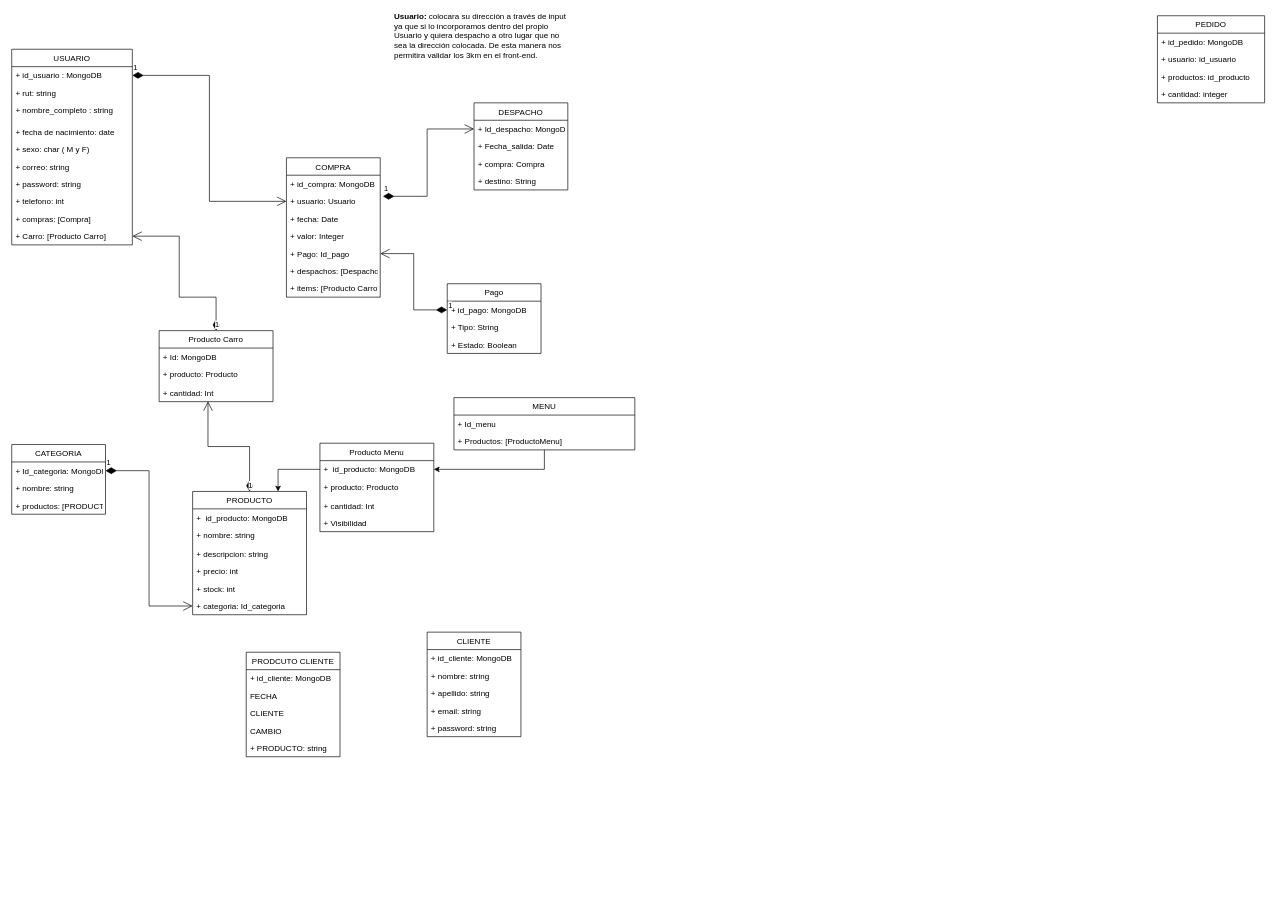
The draw.io diagram database/base_de_datos.drawio in cgarrido2001/los_shipitia, before the edit. Source tidied: cells renumbered, new cells numbered last; positions are measured from the earlier drawing's top-left corner, leaving out a move shared by most shapes. Both pictures are drawn from the tidied source at 67%, with x=0, y=0 at pixel (11, 15).
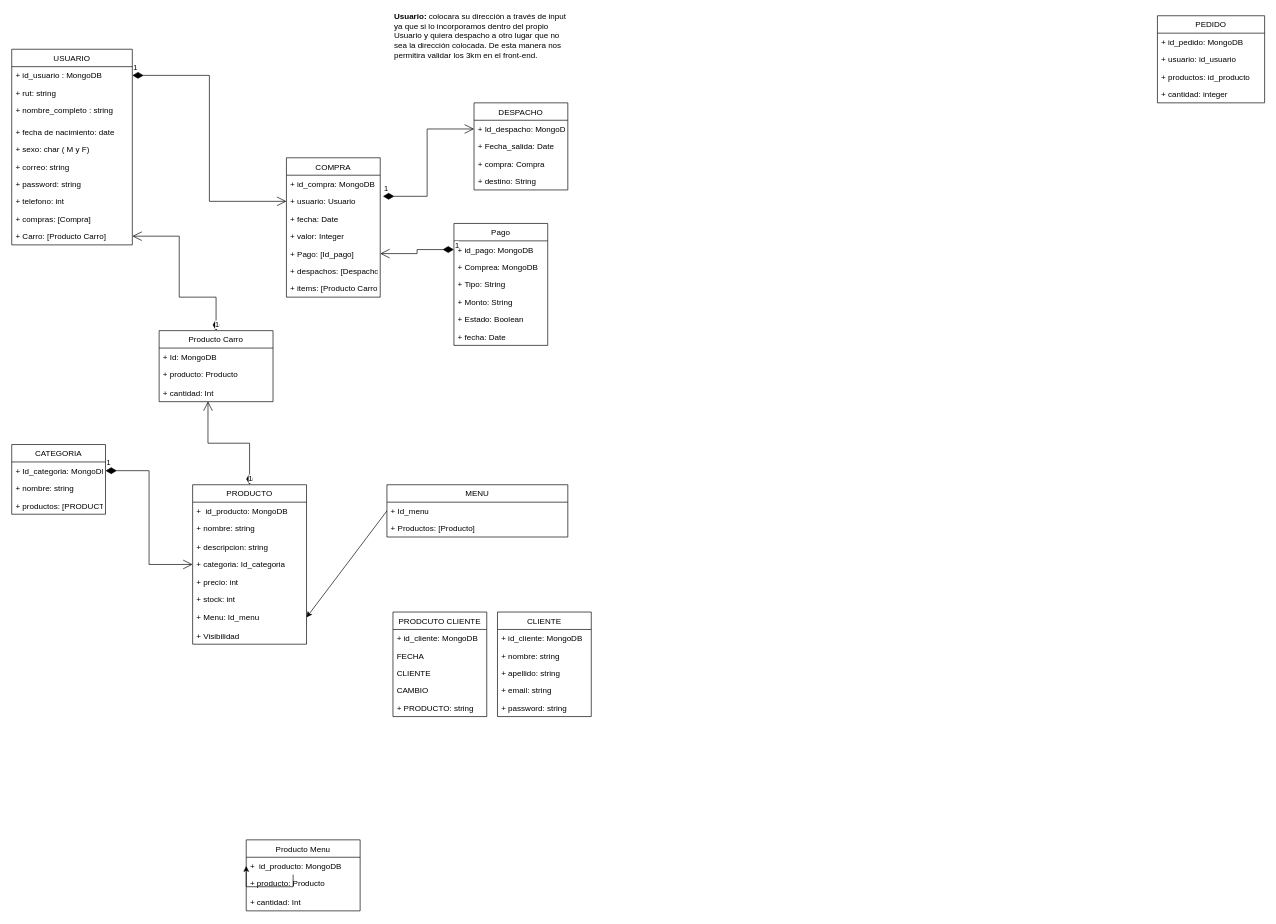
Above is the later version.

The change refers to these unchanged cells:
```xml
<mxCell id="32" value="COMPRA" style="swimlane;fontStyle=0;horizontal=1;startSize=26;fillColor=none;" parent="1" vertex="1">
  <mxGeometry x="410" y="212" width="140" height="208" as="geometry" />
</mxCell>
<mxCell id="52" value="+ Id_menu" style="text;strokeColor=none;fillColor=none;align=left;verticalAlign=top;spacingLeft=4;spacingRight=4;overflow=hidden;points=[[0,0.5],[1,0.5]];portConstraint=eastwest;" parent="51" vertex="1">
  <mxGeometry y="26" width="270" height="26" as="geometry" />
</mxCell>
<mxCell id="67" value="+  id_producto: MongoDB" style="text;strokeColor=none;fillColor=none;align=left;verticalAlign=top;spacingLeft=4;spacingRight=4;overflow=hidden;points=[[0,0.5],[1,0.5]];portConstraint=eastwest;" parent="66" vertex="1">
  <mxGeometry y="26" width="170" height="26" as="geometry" />
</mxCell>
```

Change to the diagram source:
```diff
@@
     <mxCell id="13" value="CLIENTE" style="swimlane;fontStyle=0;horizontal=1;startSize=26;fillColor=none;" parent="1" vertex="1">
-      <mxGeometry x="620" y="920" width="140" height="156" as="geometry" />
+      <mxGeometry x="725" y="890" width="140" height="156" as="geometry" />
     </mxCell>
@@
     <mxCell id="28" value="Pago" style="swimlane;fontStyle=0;horizontal=1;startSize=26;fillColor=none;" parent="1" vertex="1">
-      <mxGeometry x="650" y="400" width="140" height="104" as="geometry" />
+      <mxGeometry x="660" y="310" width="140" height="182" as="geometry" />
     </mxCell>
@@
+    <mxCell id="79" value="+ Comprea: MongoDB" style="text;strokeColor=none;fillColor=none;align=left;verticalAlign=top;spacingLeft=4;spacingRight=4;overflow=hidden;" parent="28" vertex="1">
+      <mxGeometry y="52" width="140" height="26" as="geometry" />
+    </mxCell>
     <mxCell id="30" value="+ Tipo: String&#10;" style="text;strokeColor=none;fillColor=none;align=left;verticalAlign=top;spacingLeft=4;spacingRight=4;overflow=hidden;" parent="28" vertex="1">
-      <mxGeometry y="52" width="140" height="26" as="geometry" />
+      <mxGeometry y="78" width="140" height="26" as="geometry" />
     </mxCell>
+    <mxCell id="80" value="+ Monto: String&#10;" style="text;strokeColor=none;fillColor=none;align=left;verticalAlign=top;spacingLeft=4;spacingRight=4;overflow=hidden;" parent="28" vertex="1">
+      <mxGeometry y="104" width="140" height="26" as="geometry" />
+    </mxCell>
     <mxCell id="31" value="+ Estado: Boolean" style="text;strokeColor=none;fillColor=none;align=left;verticalAlign=top;spacingLeft=4;spacingRight=4;overflow=hidden;" parent="28" vertex="1">
-      <mxGeometry y="78" width="140" height="26" as="geometry" />
+      <mxGeometry y="130" width="140" height="26" as="geometry" />
     </mxCell>
+    <mxCell id="81" value="+ fecha: Date" style="text;strokeColor=none;fillColor=none;align=left;verticalAlign=top;spacingLeft=4;spacingRight=4;overflow=hidden;" parent="28" vertex="1">
+      <mxGeometry y="156" width="140" height="26" as="geometry" />
+    </mxCell>
@@
-    <mxCell id="37" value="+ Pago: Id_pago" style="text;strokeColor=none;fillColor=none;align=left;verticalAlign=top;spacingLeft=4;spacingRight=4;overflow=hidden;points=[[0,0.5],[1,0.5]];portConstraint=eastwest;" parent="32" vertex="1">
+    <mxCell id="37" value="+ Pago: [Id_pago]" style="text;strokeColor=none;fillColor=none;align=left;verticalAlign=top;spacingLeft=4;spacingRight=4;overflow=hidden;points=[[0,0.5],[1,0.5]];portConstraint=eastwest;" parent="32" vertex="1">
       <mxGeometry y="130" width="140" height="26" as="geometry" />
     </mxCell>
@@
-    <mxCell id="50" style="edgeStyle=orthogonalEdgeStyle;rounded=0;jettySize=auto;html=1;entryX=1;entryY=0.5;entryDx=0;entryDy=0;" parent="1" edge="1" source="51" target="67">
-      <mxGeometry relative="1" as="geometry" />
-    </mxCell>
     <mxCell id="51" value="MENU" style="swimlane;fontStyle=0;horizontal=1;startSize=26;fillColor=none;" parent="1" vertex="1">
-      <mxGeometry x="660" y="570" width="270" height="78" as="geometry" />
+      <mxGeometry x="560" y="700" width="270" height="78" as="geometry" />
     </mxCell>
@@
-    <mxCell id="53" value="+ Productos: [ProductoMenu]" style="text;strokeColor=none;fillColor=none;align=left;verticalAlign=top;spacingLeft=4;spacingRight=4;overflow=hidden;" parent="51" vertex="1">
+    <mxCell id="53" value="+ Productos: [Producto]" style="text;strokeColor=none;fillColor=none;align=left;verticalAlign=top;spacingLeft=4;spacingRight=4;overflow=hidden;" parent="51" vertex="1">
       <mxGeometry y="52" width="270" height="26" as="geometry" />
     </mxCell>
@@
     <mxCell id="58" value="PRODUCTO" style="swimlane;fontStyle=0;horizontal=1;startSize=26;fillColor=none;" parent="1" vertex="1">
-      <mxGeometry x="270" y="710" width="170" height="184" as="geometry" />
+      <mxGeometry x="270" y="700" width="170" height="238" as="geometry" />
     </mxCell>
@@
+    <mxCell id="64" value="+ categoria: Id_categoria" style="text;strokeColor=none;fillColor=none;align=left;verticalAlign=top;spacingLeft=4;spacingRight=4;overflow=hidden;points=[[0,0.5],[1,0.5]];portConstraint=eastwest;" parent="58" vertex="1">
+      <mxGeometry y="106" width="170" height="26" as="geometry" />
+    </mxCell>
     <mxCell id="62" value="+ precio: int" style="text;strokeColor=none;fillColor=none;align=left;verticalAlign=top;spacingLeft=4;spacingRight=4;overflow=hidden;" parent="58" vertex="1">
-      <mxGeometry y="106" width="170" height="26" as="geometry" />
+      <mxGeometry y="132" width="170" height="26" as="geometry" />
     </mxCell>
     <mxCell id="63" value="+ stock: int" style="text;strokeColor=none;fillColor=none;align=left;verticalAlign=top;spacingLeft=4;spacingRight=4;overflow=hidden;" parent="58" vertex="1">
-      <mxGeometry y="132" width="170" height="26" as="geometry" />
+      <mxGeometry y="158" width="170" height="26" as="geometry" />
     </mxCell>
-    <mxCell id="64" value="+ categoria: Id_categoria" style="text;strokeColor=none;fillColor=none;align=left;verticalAlign=top;spacingLeft=4;spacingRight=4;overflow=hidden;points=[[0,0.5],[1,0.5]];portConstraint=eastwest;" parent="58" vertex="1">
-      <mxGeometry y="158" width="170" height="26" as="geometry" />
-    </mxCell>
+    <mxCell id="82" value="+ Menu: Id_menu" style="text;strokeColor=none;fillColor=none;align=left;verticalAlign=top;spacingLeft=4;spacingRight=4;overflow=hidden;points=[[0,0.5],[1,0.5]];portConstraint=eastwest;" parent="58" vertex="1">
+      <mxGeometry y="184" width="170" height="28" as="geometry" />
+    </mxCell>
+    <mxCell id="70" value="+ Visibilidad " style="text;strokeColor=none;fillColor=none;align=left;verticalAlign=top;spacingLeft=4;spacingRight=4;overflow=hidden;" parent="58" vertex="1">
+      <mxGeometry y="212" width="170" height="26" as="geometry" />
+    </mxCell>
@@
     <mxCell id="66" value="Producto Menu" style="swimlane;fontStyle=0;horizontal=1;startSize=26;fillColor=none;" parent="1" vertex="1">
-      <mxGeometry x="460" y="638" width="170" height="132" as="geometry" />
+      <mxGeometry x="350" y="1230" width="170" height="106" as="geometry" />
     </mxCell>
@@
-    <mxCell id="70" value="+ Visibilidad " style="text;strokeColor=none;fillColor=none;align=left;verticalAlign=top;spacingLeft=4;spacingRight=4;overflow=hidden;" parent="66" vertex="1">
-      <mxGeometry y="106" width="170" height="26" as="geometry" />
-    </mxCell>
-    <mxCell id="71" style="edgeStyle=orthogonalEdgeStyle;rounded=0;jettySize=auto;html=1;entryX=0.75;entryY=0;entryDx=0;entryDy=0;" parent="1" edge="1" source="67" target="58">
-      <mxGeometry relative="1" as="geometry" />
+    <mxCell id="71" style="edgeStyle=orthogonalEdgeStyle;rounded=0;orthogonalLoop=1;jettySize=auto;html=1;entryX=0;entryY=0.5;entryDx=0;entryDy=0;" parent="66" edge="1" source="67" target="67">
+      <mxGeometry relative="1" as="geometry">
+        <Array as="points">
+          <mxPoint x="70" y="70" />
+          <mxPoint y="70" />
+        </Array>
+      </mxGeometry>
     </mxCell>
@@
     <mxCell id="73" value="PRODCUTO CLIENTE" style="swimlane;fontStyle=0;horizontal=1;startSize=26;fillColor=none;" parent="1" vertex="1">
-      <mxGeometry x="350" y="950" width="140" height="156" as="geometry" />
+      <mxGeometry x="569" y="890" width="140" height="156" as="geometry" />
     </mxCell>
@@
+    <mxCell id="83" style="edgeStyle=none;html=1;exitX=0;exitY=0.5;exitDx=0;exitDy=0;entryX=1;entryY=0.5;entryDx=0;entryDy=0;" parent="1" edge="1" source="52" target="82">
+      <mxGeometry relative="1" as="geometry" />
+    </mxCell>
```
